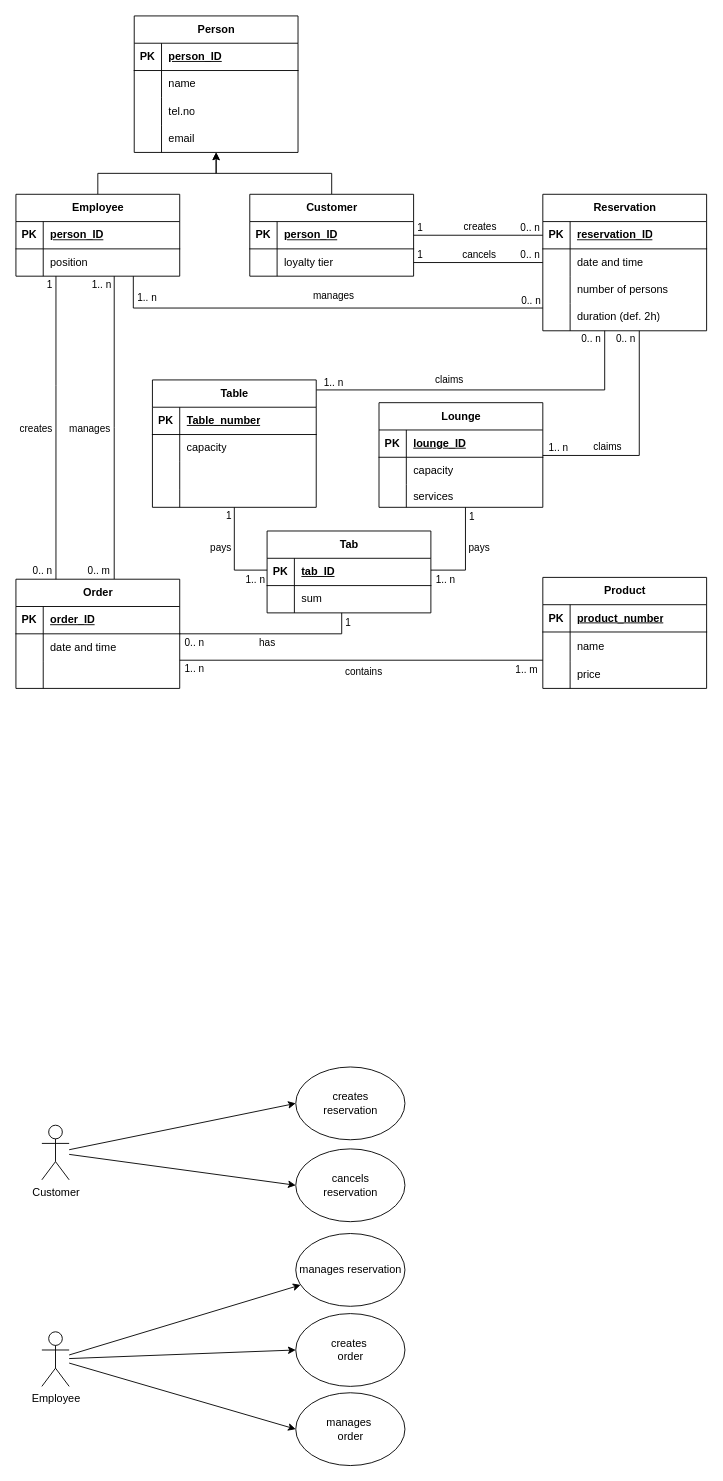
This is Untitled Diagram.drawio from 5r6t/IDS_project_2025, a draw.io file, before an edit. Source tidied: cells renumbered, new cells numbered last; positions are measured from the earlier drawing's top-left corner, leaving out a move shared by most shapes. Both pictures are drawn from the tidied source at 91%, with x=0, y=0 at pixel (15, 15).
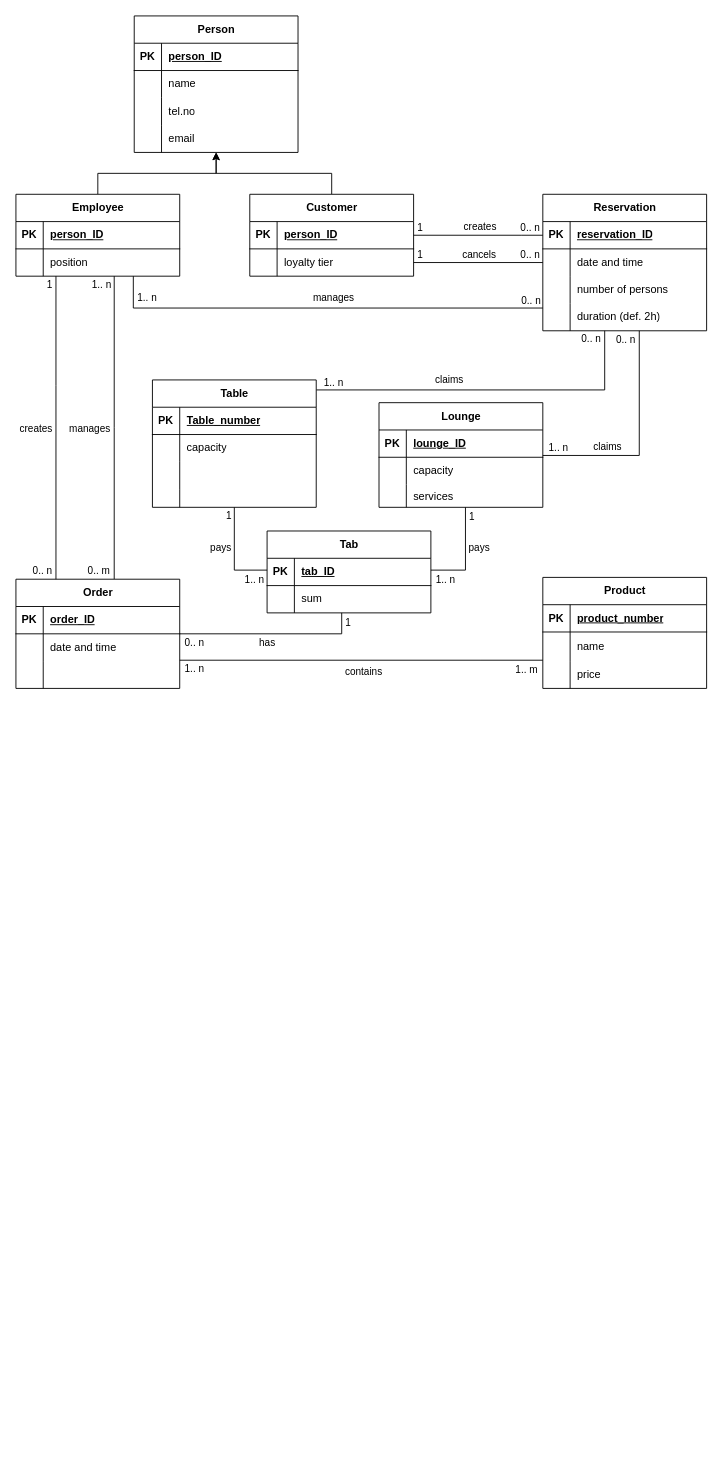
After the change.

Unchanged cells that the change refers to:
```xml
<mxCell id="89" style="edgeStyle=orthogonalEdgeStyle;rounded=0;jettySize=auto;html=1;endArrow=none;endFill=0;" parent="1" edge="1" source="94" target="14">
  <mxGeometry relative="1" as="geometry">
    <Array as="points">
      <mxPoint x="129" y="321" />
    </Array>
  </mxGeometry>
</mxCell>
<mxCell id="101" style="edgeStyle=orthogonalEdgeStyle;rounded=0;jettySize=auto;html=1;endArrow=none;endFill=0;" parent="1" edge="1" source="14" target="72">
  <mxGeometry relative="1" as="geometry">
    <Array as="points">
      <mxPoint x="685" y="483" />
    </Array>
  </mxGeometry>
</mxCell>
<mxCell id="109" style="edgeStyle=orthogonalEdgeStyle;rounded=0;jettySize=auto;html=1;endArrow=none;endFill=0;" parent="1" edge="1" source="27" target="82">
  <mxGeometry relative="1" as="geometry">
    <Array as="points">
      <mxPoint x="240" y="609" />
    </Array>
  </mxGeometry>
</mxCell>
```

Diff of the diagram source:
```diff
@@
     <mxCell id="90" value="manages" style="edgeLabel;html=1;align=center;verticalAlign=middle;" parent="89" vertex="1">
       <mxGeometry x="0.06" y="-1" relative="1" as="geometry">
-        <mxPoint x="-3" y="-15" as="offset" />
+        <mxPoint x="-3" y="-13" as="offset" />
       </mxGeometry>
     </mxCell>
@@
     <mxCell id="103" value="0.. n" style="edgeLabel;html=1;align=center;verticalAlign=middle;" parent="101" vertex="1">
       <mxGeometry x="-0.91" y="2" relative="1" as="geometry">
-        <mxPoint x="-18" y="-3" as="offset" />
+        <mxPoint x="-18" y="-2" as="offset" />
       </mxGeometry>
     </mxCell>
@@
     <mxCell id="110" value="1.. n" style="edgeLabel;html=1;align=center;verticalAlign=middle;" parent="109" vertex="1">
       <mxGeometry x="0.93" y="-1" relative="1" as="geometry">
-        <mxPoint x="-10" y="9" as="offset" />
+        <mxPoint x="-11" y="9" as="offset" />
       </mxGeometry>
     </mxCell>
@@
-    <mxCell id="130" style="rounded=0;jettySize=auto;html=1;entryX=0;entryY=0.5;entryDx=0;entryDy=0;" parent="1" edge="1" source="133" target="141">
-      <mxGeometry relative="1" as="geometry" />
-    </mxCell>
-    <mxCell id="131" style="rounded=0;jettySize=auto;html=1;entryX=0;entryY=0.5;entryDx=0;entryDy=0;" parent="1" edge="1" source="133" target="142">
-      <mxGeometry relative="1" as="geometry" />
-    </mxCell>
-    <mxCell id="132" style="rounded=0;jettySize=auto;html=1;" parent="1" edge="1" source="133" target="143">
-      <mxGeometry relative="1" as="geometry" />
-    </mxCell>
-    <mxCell id="133" value="Employee" style="shape=umlActor;verticalLabelPosition=bottom;verticalAlign=top;html=1;outlineConnect=0;" parent="1" vertex="1">
-      <mxGeometry x="28.5" y="1446" width="30" height="60" as="geometry" />
-    </mxCell>
-    <mxCell id="134" style="rounded=0;jettySize=auto;html=1;entryX=0;entryY=0.5;entryDx=0;entryDy=0;" parent="1" edge="1" source="136" target="149">
-      <mxGeometry relative="1" as="geometry" />
-    </mxCell>
-    <mxCell id="135" style="rounded=0;jettySize=auto;html=1;entryX=0;entryY=0.5;entryDx=0;entryDy=0;" parent="1" edge="1" source="136" target="148">
-      <mxGeometry relative="1" as="geometry" />
-    </mxCell>
-    <mxCell id="136" value="Customer" style="shape=umlActor;verticalLabelPosition=bottom;verticalAlign=top;html=1;outlineConnect=0;" parent="1" vertex="1">
-      <mxGeometry x="28.5" y="1219" width="30" height="60" as="geometry" />
-    </mxCell>
@@
-    <mxCell id="141" value="&lt;div&gt;creates&amp;nbsp;&lt;/div&gt;&lt;div&gt;order&lt;/div&gt;" style="ellipse;whiteSpace=wrap;html=1;" parent="1" vertex="1">
-      <mxGeometry x="307.5" y="1426" width="120" height="80" as="geometry" />
-    </mxCell>
-    <mxCell id="142" value="&lt;div&gt;manages&amp;nbsp;&lt;/div&gt;&lt;div&gt;order&lt;/div&gt;" style="ellipse;whiteSpace=wrap;html=1;" parent="1" vertex="1">
-      <mxGeometry x="307.5" y="1513" width="120" height="80" as="geometry" />
-    </mxCell>
-    <mxCell id="143" value="manages reservation" style="ellipse;whiteSpace=wrap;html=1;" parent="1" vertex="1">
-      <mxGeometry x="307.5" y="1338" width="120" height="80" as="geometry" />
-    </mxCell>
@@
-    <mxCell id="148" value="&lt;div&gt;cancels&lt;/div&gt;&lt;div&gt;reservation&lt;/div&gt;" style="ellipse;whiteSpace=wrap;html=1;" parent="1" vertex="1">
-      <mxGeometry x="307.5" y="1245" width="120" height="80" as="geometry" />
-    </mxCell>
-    <mxCell id="149" value="&lt;div&gt;creates&lt;/div&gt;&lt;div&gt;reservation&lt;/div&gt;" style="ellipse;whiteSpace=wrap;html=1;" parent="1" vertex="1">
-      <mxGeometry x="307.5" y="1155" width="120" height="80" as="geometry" />
-    </mxCell>
```
